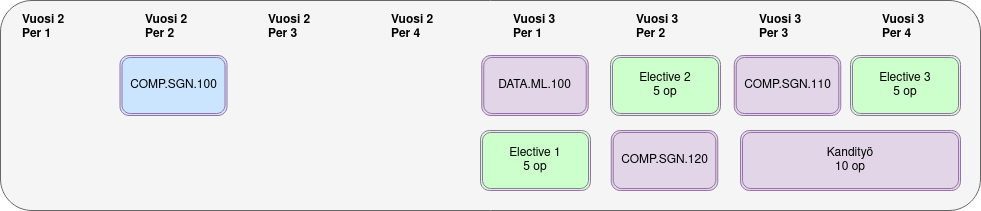
TUNI-ITC/wiki keeps this draw.io diagram as docs/University-Bureaucracy/assets/SPML_BSc_structure.png. Above is the earlier version. Source tidied: cells renumbered, new cells last; positions are measured from the earlier drawing's top-left corner, leaving out a move shared by most shapes.
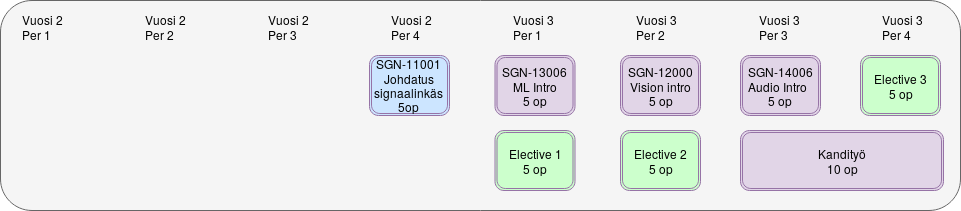
After the commit.

What changed in the source:
```diff
@@ -3,55 +3,55 @@
     <mxCell id="0" />
     <mxCell id="1" parent="0" />
     <mxCell id="2" style="rounded=1;whiteSpace=wrap;html=1;fillColor=#f5f5f5;strokeColor=#666666;" parent="1" vertex="1">
-      <mxGeometry width="980" height="210" as="geometry" />
+      <mxGeometry width="960" height="210" as="geometry" />
     </mxCell>
     <mxCell id="3" value="Kandityö&lt;br&gt;10 op&lt;br&gt;" style="shape=ext;double=1;rounded=1;whiteSpace=wrap;html=1;fillColor=#e1d5e7;strokeColor=#9673a6;" parent="1" vertex="1">
-      <mxGeometry x="740" y="130" width="220" height="60" as="geometry" />
+      <mxGeometry x="740" y="130" width="203" height="60" as="geometry" />
     </mxCell>
-    <mxCell id="4" value="Vuosi 2&lt;br&gt;Per 2&lt;br&gt;" style="text;html=1;align=left;verticalAlign=top;spacingTop=-4;fontStyle=1;" parent="1" vertex="1">
+    <mxCell id="4" value="Vuosi 2&lt;br&gt;Per 2&lt;br&gt;" style="text;html=1;align=left;verticalAlign=top;spacingTop=-4;" parent="1" vertex="1">
       <mxGeometry x="143" y="10" width="60" height="30" as="geometry" />
     </mxCell>
-    <mxCell id="5" value="Vuosi 2 &lt;br&gt;Per 4&lt;br&gt;&lt;br&gt;" style="text;html=1;align=left;verticalAlign=top;spacingTop=-4;fontStyle=1;" parent="1" vertex="1">
+    <mxCell id="5" value="Vuosi 2 &lt;br&gt;Per 4&lt;br&gt;&lt;br&gt;" style="text;html=1;align=left;verticalAlign=top;spacingTop=-4;" parent="1" vertex="1">
       <mxGeometry x="389" y="10" width="60" height="40" as="geometry" />
     </mxCell>
-    <mxCell id="6" value="Vuosi 3&lt;br&gt;Per 1&lt;br&gt;" style="text;html=1;align=left;verticalAlign=top;spacingTop=-4;fontStyle=1;" parent="1" vertex="1">
+    <mxCell id="6" value="Vuosi 3&lt;br&gt;Per 1&lt;br&gt;" style="text;html=1;align=left;verticalAlign=top;spacingTop=-4;" parent="1" vertex="1">
       <mxGeometry x="511" y="10" width="60" height="30" as="geometry" />
     </mxCell>
-    <mxCell id="7" value="Vuosi 2&lt;br&gt;Per 1&lt;br&gt;&lt;br&gt;" style="text;html=1;align=left;verticalAlign=top;spacingTop=-4;fontStyle=1;" parent="1" vertex="1">
+    <mxCell id="7" value="Vuosi 2&lt;br&gt;Per 1&lt;br&gt;&lt;br&gt;" style="text;html=1;align=left;verticalAlign=top;spacingTop=-4;" parent="1" vertex="1">
       <mxGeometry x="20" y="10" width="60" height="40" as="geometry" />
     </mxCell>
-    <mxCell id="8" value="Vuosi 2&lt;br&gt;Per 3&lt;br&gt;&lt;br&gt;" style="text;html=1;align=left;verticalAlign=top;spacingTop=-4;fontStyle=1;" parent="1" vertex="1">
+    <mxCell id="8" value="Vuosi 2&lt;br&gt;Per 3&lt;br&gt;&lt;br&gt;" style="text;html=1;align=left;verticalAlign=top;spacingTop=-4;" parent="1" vertex="1">
       <mxGeometry x="266" y="10" width="60" height="40" as="geometry" />
     </mxCell>
-    <mxCell id="9" value="Vuosi 3&lt;br&gt;Per 2&lt;br&gt;&lt;br&gt;" style="text;html=1;align=left;verticalAlign=top;spacingTop=-4;fontStyle=1;" parent="1" vertex="1">
+    <mxCell id="9" value="Vuosi 3&lt;br&gt;Per 2&lt;br&gt;&lt;br&gt;" style="text;html=1;align=left;verticalAlign=top;spacingTop=-4;" parent="1" vertex="1">
       <mxGeometry x="634" y="10" width="60" height="40" as="geometry" />
     </mxCell>
-    <mxCell id="10" value="Vuosi 3&lt;br&gt;Per 3&lt;br&gt;&lt;br&gt;&lt;br&gt;" style="text;html=1;align=left;verticalAlign=top;spacingTop=-4;fontStyle=1;" parent="1" vertex="1">
+    <mxCell id="10" value="Vuosi 3&lt;br&gt;Per 3&lt;br&gt;&lt;br&gt;&lt;br&gt;" style="text;html=1;align=left;verticalAlign=top;spacingTop=-4;" parent="1" vertex="1">
       <mxGeometry x="757" y="10" width="60" height="60" as="geometry" />
     </mxCell>
-    <mxCell id="11" value="Vuosi 3&lt;br&gt;Per 4&lt;br&gt;&lt;br&gt;" style="text;html=1;align=left;verticalAlign=top;spacingTop=-4;fontStyle=1;" parent="1" vertex="1">
+    <mxCell id="11" value="Vuosi 3&lt;br&gt;Per 4&lt;br&gt;&lt;br&gt;" style="text;html=1;align=left;verticalAlign=top;spacingTop=-4;" parent="1" vertex="1">
       <mxGeometry x="880" y="10" width="60" height="40" as="geometry" />
     </mxCell>
-    <mxCell id="12" value="COMP.SGN.100" style="shape=ext;double=1;rounded=1;whiteSpace=wrap;html=1;fillColor=#CCE5FF;strokeColor=#9673a6;gradientColor=none;" parent="1" vertex="1">
-      <mxGeometry x="119.5" y="55" width="107" height="60" as="geometry" />
+    <mxCell id="12" value="SGN-11001&lt;br&gt;Johdatus signaalinkäs&lt;br&gt;5op&lt;br&gt;" style="shape=ext;double=1;rounded=1;whiteSpace=wrap;html=1;fillColor=#CCE5FF;strokeColor=#9673a6;gradientColor=none;" parent="1" vertex="1">
+      <mxGeometry x="369" y="55" width="80" height="60" as="geometry" />
     </mxCell>
-    <mxCell id="13" value="DATA.ML.100" style="shape=ext;double=1;rounded=1;whiteSpace=wrap;html=1;fillColor=#e1d5e7;strokeColor=#9673a6;" parent="1" vertex="1">
-      <mxGeometry x="481.2" y="55" width="106.5" height="60" as="geometry" />
+    <mxCell id="13" value="SGN-13006&lt;br&gt;ML Intro&lt;br&gt;5 op" style="shape=ext;double=1;rounded=1;whiteSpace=wrap;html=1;fillColor=#e1d5e7;strokeColor=#9673a6;" parent="1" vertex="1">
+      <mxGeometry x="494.5" y="55" width="80" height="60" as="geometry" />
     </mxCell>
-    <mxCell id="14" value="&lt;div&gt;Elective 2&lt;br&gt;&lt;/div&gt;&lt;div&gt;5 op&lt;/div&gt;" style="shape=ext;double=1;rounded=1;whiteSpace=wrap;html=1;fillColor=#CCFFCC;strokeColor=#9673a6;" parent="1" vertex="1">
-      <mxGeometry x="610" y="55" width="110" height="60" as="geometry" />
+    <mxCell id="14" value="&lt;p&gt;SGN-12000&lt;br&gt;Vision intro&lt;br&gt;5 op&lt;br&gt;&lt;/p&gt;" style="shape=ext;double=1;rounded=1;whiteSpace=wrap;html=1;fillColor=#e1d5e7;strokeColor=#9673a6;" parent="1" vertex="1">
+      <mxGeometry x="620" y="55" width="80" height="60" as="geometry" />
     </mxCell>
-    <mxCell id="15" value="&lt;div&gt;Elective 3&lt;br&gt;&lt;/div&gt;&lt;div&gt;5 op&lt;/div&gt;" style="shape=ext;double=1;rounded=1;whiteSpace=wrap;html=1;fillColor=#CCFFCC;strokeColor=#9673a6;" parent="1" vertex="1">
-      <mxGeometry x="850" y="55" width="110" height="60" as="geometry" />
+    <mxCell id="15" value="&lt;p&gt;SGN-14006 Audio Intro&amp;nbsp;&amp;nbsp; 5 op&lt;br&gt;&lt;/p&gt;" style="shape=ext;double=1;rounded=1;whiteSpace=wrap;html=1;fillColor=#e1d5e7;strokeColor=#9673a6;" parent="1" vertex="1">
+      <mxGeometry x="740" y="55" width="80" height="60" as="geometry" />
     </mxCell>
-    <mxCell id="16" value="&lt;div&gt;Elective 1&lt;/div&gt;&lt;div&gt;5 op&lt;/div&gt;" style="shape=ext;double=1;rounded=1;whiteSpace=wrap;html=1;fillColor=#CCFFCC;strokeColor=#9673a6;" parent="1" vertex="1">
-      <mxGeometry x="480" y="130" width="110" height="60" as="geometry" />
+    <mxCell id="16" value="&lt;div&gt;Elective 2&lt;br&gt;&lt;/div&gt;&lt;div&gt;5 op&lt;/div&gt;" style="shape=ext;double=1;rounded=1;whiteSpace=wrap;html=1;fillColor=#CCFFCC;strokeColor=#9673a6;" parent="1" vertex="1">
+      <mxGeometry x="620" y="130" width="80" height="60" as="geometry" />
     </mxCell>
-    <mxCell id="17" value="COMP.SGN.110" style="shape=ext;double=1;rounded=1;whiteSpace=wrap;html=1;fillColor=#e1d5e7;strokeColor=#9673a6;" parent="1" vertex="1">
-      <mxGeometry x="733.8" y="55" width="106.5" height="60" as="geometry" />
+    <mxCell id="17" value="&lt;div&gt;Elective 3&lt;br&gt;&lt;/div&gt;&lt;div&gt;5 op&lt;/div&gt;" style="shape=ext;double=1;rounded=1;whiteSpace=wrap;html=1;fillColor=#CCFFCC;strokeColor=#9673a6;" parent="1" vertex="1">
+      <mxGeometry x="860" y="55" width="80" height="60" as="geometry" />
     </mxCell>
-    <mxCell id="18" value="COMP.SGN.120" style="shape=ext;double=1;rounded=1;whiteSpace=wrap;html=1;fillColor=#e1d5e7;strokeColor=#9673a6;" parent="1" vertex="1">
-      <mxGeometry x="610.8" y="130" width="106.5" height="60" as="geometry" />
+    <mxCell id="18" value="&lt;div&gt;Elective 1&lt;/div&gt;&lt;div&gt;5 op&lt;/div&gt;" style="shape=ext;double=1;rounded=1;whiteSpace=wrap;html=1;fillColor=#CCFFCC;strokeColor=#9673a6;" parent="1" vertex="1">
+      <mxGeometry x="494.5" y="130" width="80" height="60" as="geometry" />
     </mxCell>
   </root>
 </mxGraphModel>
```
